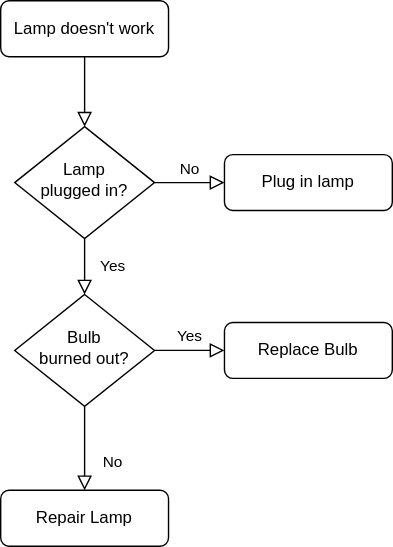
Before: 登录-程序流程图.drawio.svg, a diagram exported from draw.io (huangjiashengg/images). Source tidied: cells renumbered, new cells last; positions are measured from the earlier drawing's top-left corner, leaving out a move shared by most shapes.
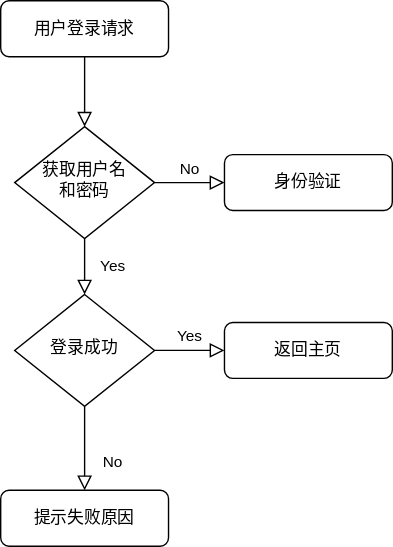
Above is the later version.

Commit message:
更新登录-程序流程图.drawio.svg

The edit, as a diff of the source:
```diff
@@ -5,7 +5,7 @@
     <mxCell id="2" style="rounded=0;html=1;jettySize=auto;fontSize=11;endArrow=block;endFill=0;endSize=8;strokeWidth=1;shadow=0;labelBackgroundColor=none;edgeStyle=orthogonalEdgeStyle;" parent="1" edge="1" source="3" target="6">
       <mxGeometry relative="1" as="geometry" />
     </mxCell>
-    <mxCell id="3" value="Lamp doesn't work" style="rounded=1;whiteSpace=wrap;html=1;fontSize=12;glass=0;strokeWidth=1;shadow=0;" parent="1" vertex="1">
+    <mxCell id="3" value="用户登录请求" style="rounded=1;whiteSpace=wrap;html=1;fontSize=12;glass=0;strokeWidth=1;shadow=0;" parent="1" vertex="1">
       <mxGeometry width="120" height="40" as="geometry" />
     </mxCell>
     <mxCell id="4" value="Yes" style="rounded=0;html=1;jettySize=auto;fontSize=11;endArrow=block;endFill=0;endSize=8;strokeWidth=1;shadow=0;labelBackgroundColor=none;edgeStyle=orthogonalEdgeStyle;" parent="1" edge="1" source="6" target="10">
@@ -14,10 +14,10 @@
     <mxCell id="5" value="No" style="edgeStyle=orthogonalEdgeStyle;rounded=0;html=1;jettySize=auto;fontSize=11;endArrow=block;endFill=0;endSize=8;strokeWidth=1;shadow=0;labelBackgroundColor=none;" parent="1" edge="1" source="6" target="7">
       <mxGeometry y="10" relative="1" as="geometry" />
     </mxCell>
-    <mxCell id="6" value="Lamp&lt;br&gt;plugged in?" style="rhombus;whiteSpace=wrap;html=1;shadow=0;fontFamily=Helvetica;fontSize=12;align=center;strokeWidth=1;spacing=6;spacingTop=-4;" parent="1" vertex="1">
+    <mxCell id="6" value="获取用户名&lt;div&gt;和密码&lt;/div&gt;" style="rhombus;whiteSpace=wrap;html=1;shadow=0;fontFamily=Helvetica;fontSize=12;align=center;strokeWidth=1;spacing=6;spacingTop=-4;" parent="1" vertex="1">
       <mxGeometry x="10" y="90" width="100" height="80" as="geometry" />
     </mxCell>
-    <mxCell id="7" value="Plug in lamp" style="rounded=1;whiteSpace=wrap;html=1;fontSize=12;glass=0;strokeWidth=1;shadow=0;" parent="1" vertex="1">
+    <mxCell id="7" value="身份验证" style="rounded=1;whiteSpace=wrap;html=1;fontSize=12;glass=0;strokeWidth=1;shadow=0;" parent="1" vertex="1">
       <mxGeometry x="160" y="110" width="120" height="40" as="geometry" />
     </mxCell>
     <mxCell id="8" value="No" style="rounded=0;html=1;jettySize=auto;fontSize=11;endArrow=block;endFill=0;endSize=8;strokeWidth=1;shadow=0;labelBackgroundColor=none;edgeStyle=orthogonalEdgeStyle;" parent="1" edge="1" source="10" target="11">
@@ -26,13 +26,13 @@
     <mxCell id="9" value="Yes" style="edgeStyle=orthogonalEdgeStyle;rounded=0;html=1;jettySize=auto;fontSize=11;endArrow=block;endFill=0;endSize=8;strokeWidth=1;shadow=0;labelBackgroundColor=none;" parent="1" edge="1" source="10" target="12">
       <mxGeometry y="10" relative="1" as="geometry" />
     </mxCell>
-    <mxCell id="10" value="Bulb&lt;br&gt;burned out?" style="rhombus;whiteSpace=wrap;html=1;shadow=0;fontFamily=Helvetica;fontSize=12;align=center;strokeWidth=1;spacing=6;spacingTop=-4;" parent="1" vertex="1">
+    <mxCell id="10" value="登录成功" style="rhombus;whiteSpace=wrap;html=1;shadow=0;fontFamily=Helvetica;fontSize=12;align=center;strokeWidth=1;spacing=6;spacingTop=-4;" parent="1" vertex="1">
       <mxGeometry x="10" y="210" width="100" height="80" as="geometry" />
     </mxCell>
-    <mxCell id="11" value="Repair Lamp" style="rounded=1;whiteSpace=wrap;html=1;fontSize=12;glass=0;strokeWidth=1;shadow=0;" parent="1" vertex="1">
+    <mxCell id="11" value="提示失败原因" style="rounded=1;whiteSpace=wrap;html=1;fontSize=12;glass=0;strokeWidth=1;shadow=0;" parent="1" vertex="1">
       <mxGeometry y="350" width="120" height="40" as="geometry" />
     </mxCell>
-    <mxCell id="12" value="Replace Bulb" style="rounded=1;whiteSpace=wrap;html=1;fontSize=12;glass=0;strokeWidth=1;shadow=0;" parent="1" vertex="1">
+    <mxCell id="12" value="返回主页" style="rounded=1;whiteSpace=wrap;html=1;fontSize=12;glass=0;strokeWidth=1;shadow=0;" parent="1" vertex="1">
       <mxGeometry x="160" y="230" width="120" height="40" as="geometry" />
     </mxCell>
   </root>
```
